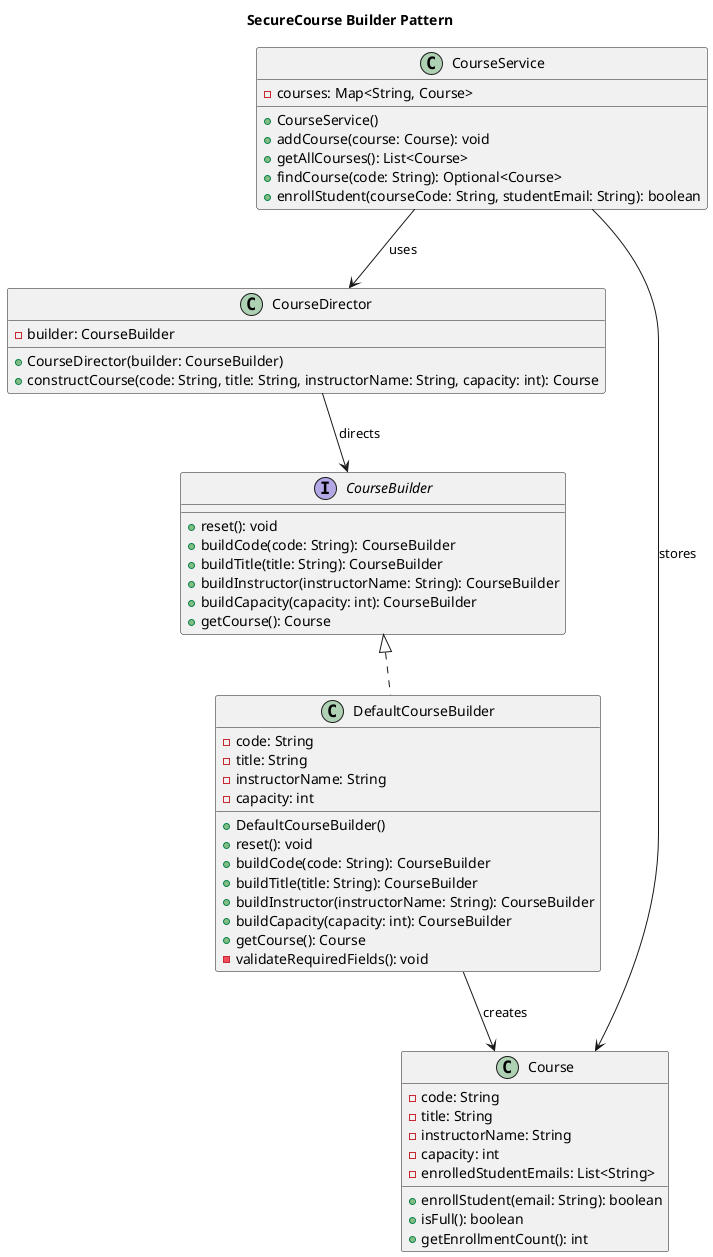
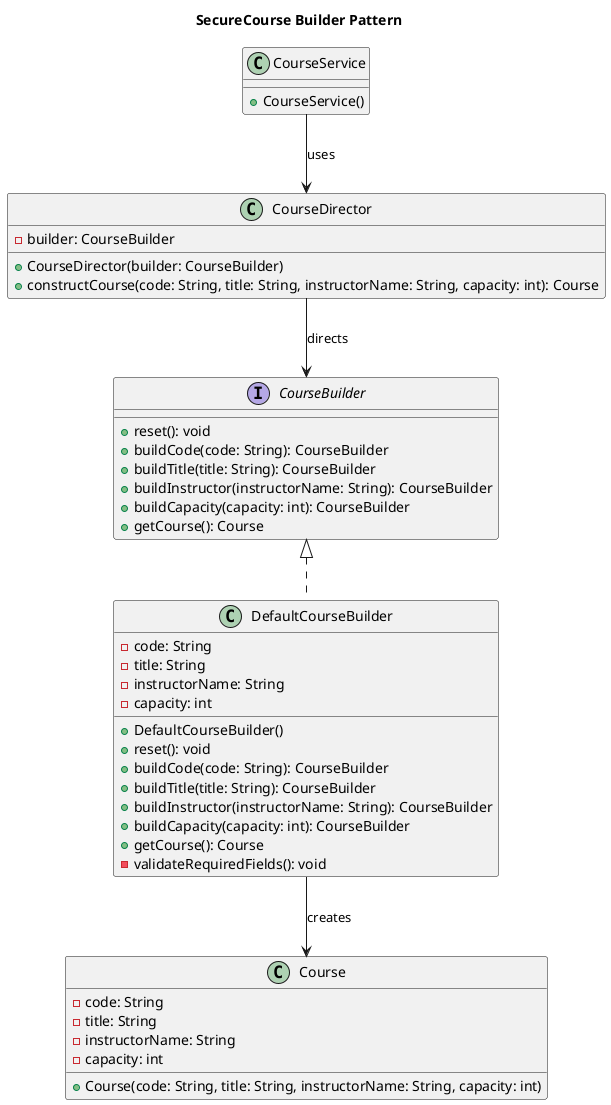
@startuml
title SecureCourse Builder Pattern

interface CourseBuilder {
    +reset(): void
    +buildCode(code: String): CourseBuilder
    +buildTitle(title: String): CourseBuilder
    +buildInstructor(instructorName: String): CourseBuilder
    +buildCapacity(capacity: int): CourseBuilder
    +getCourse(): Course
}

class DefaultCourseBuilder {
    -code: String
    -title: String
    -instructorName: String
    -capacity: int
    +DefaultCourseBuilder()
    +reset(): void
    +buildCode(code: String): CourseBuilder
    +buildTitle(title: String): CourseBuilder
    +buildInstructor(instructorName: String): CourseBuilder
    +buildCapacity(capacity: int): CourseBuilder
    +getCourse(): Course
    -validateRequiredFields(): void
}

class CourseDirector {
    -builder: CourseBuilder
    +CourseDirector(builder: CourseBuilder)
    +constructCourse(code: String, title: String, instructorName: String, capacity: int): Course
}

class Course {
    -code: String
    -title: String
    -instructorName: String
    -capacity: int
-     -enrolledStudentEmails: List<String>
-     +enrollStudent(email: String): boolean
-     +isFull(): boolean
-     +getEnrollmentCount(): int
+     +Course(code: String, title: String, instructorName: String, capacity: int)
}

class CourseService {
-     -courses: Map<String, Course>
    +CourseService()
-     +addCourse(course: Course): void
-     +getAllCourses(): List<Course>
-     +findCourse(code: String): Optional<Course>
-     +enrollStudent(courseCode: String, studentEmail: String): boolean
}

CourseBuilder <|.. DefaultCourseBuilder
DefaultCourseBuilder --> Course : creates
CourseDirector --> CourseBuilder : directs
CourseService --> CourseDirector : uses
- CourseService --> Course : stores

@enduml
